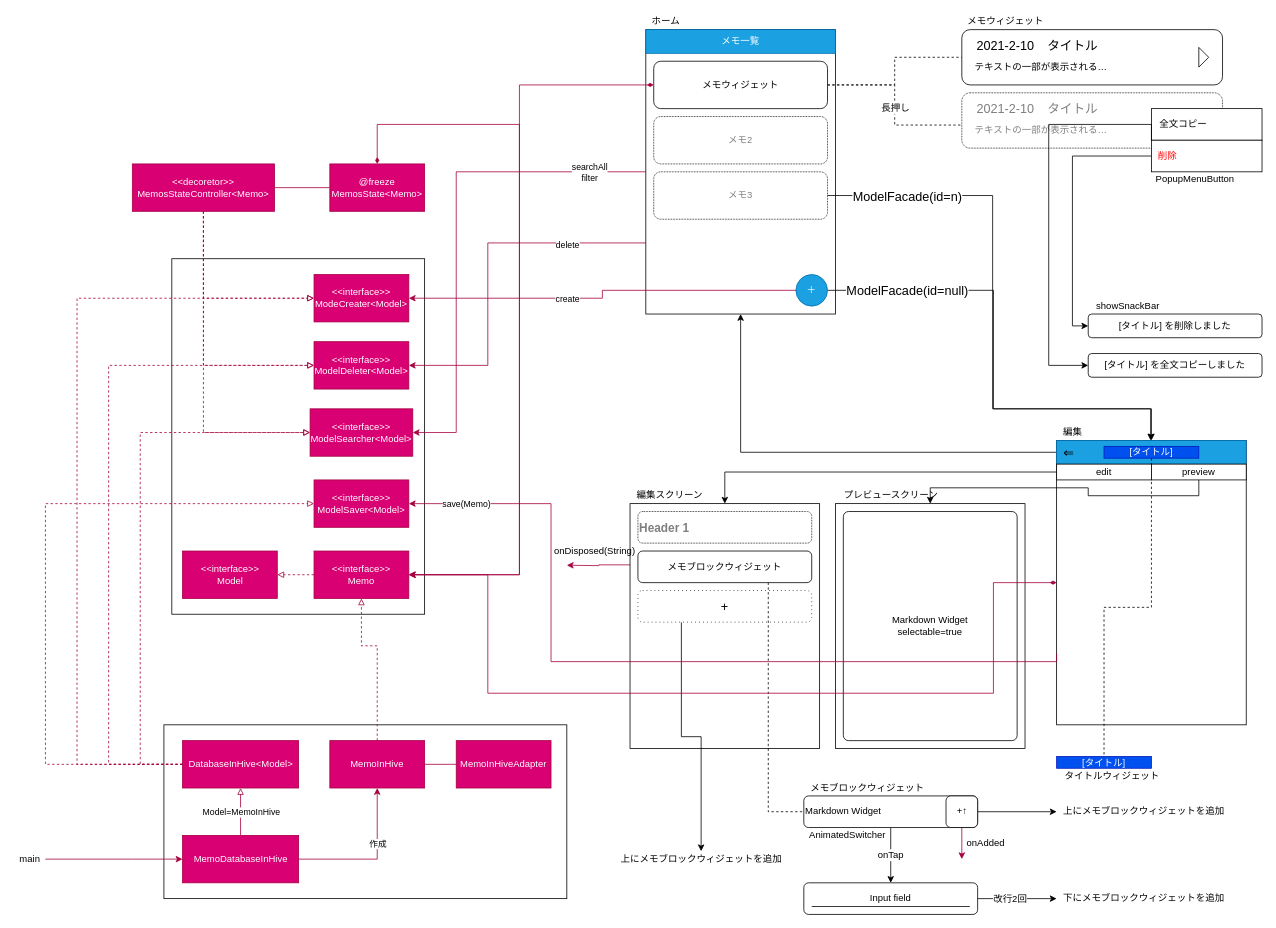
Above: screen.dio in SakumaTakuya/chat_like_markup (draw.io), before the change. Source tidied: cells renumbered, new cells numbered last; positions are measured from the earlier drawing's top-left corner, leaving out a move shared by most shapes. Both pictures are drawn from the tidied source at 79%, with x=0, y=0 at pixel (13, 13).
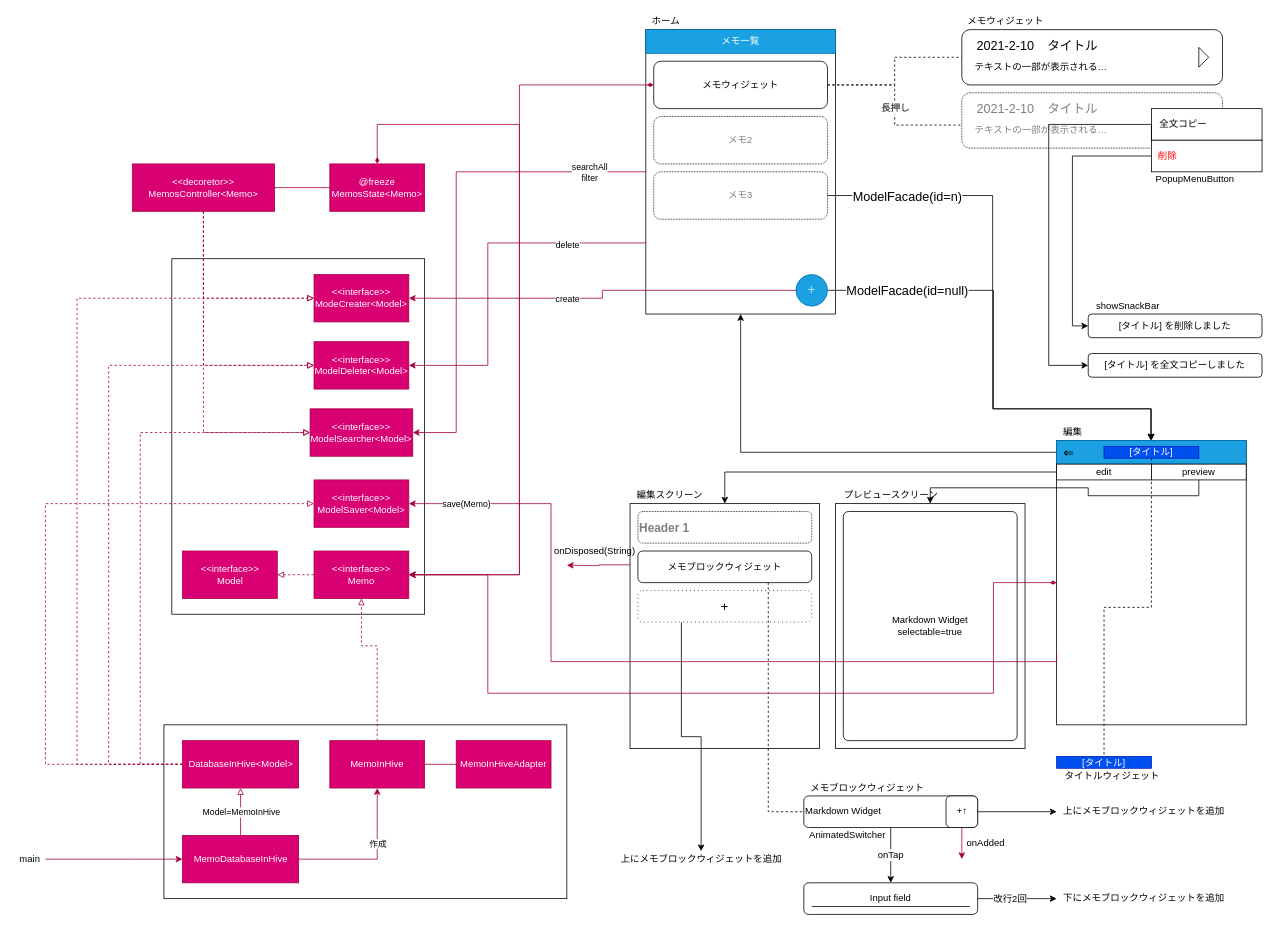
Above is the later version.

What changed in the source:
```diff
@@
-    <mxCell id="116" value="&amp;lt;&amp;lt;decoretor&amp;gt;&amp;gt;&lt;br&gt;MemosStateController&amp;lt;Memo&amp;gt;" style="rounded=0;whiteSpace=wrap;html=1;fillColor=#d80073;strokeColor=#A50040;fontColor=#ffffff;" parent="1" vertex="1">
+    <mxCell id="116" value="&amp;lt;&amp;lt;decoretor&amp;gt;&amp;gt;&lt;br&gt;MemosController&amp;lt;Memo&amp;gt;" style="rounded=0;whiteSpace=wrap;html=1;fillColor=#d80073;strokeColor=#A50040;fontColor=#ffffff;" parent="1" vertex="1">
       <mxGeometry x="150" y="190" width="180" height="60" as="geometry" />
     </mxCell>
```
